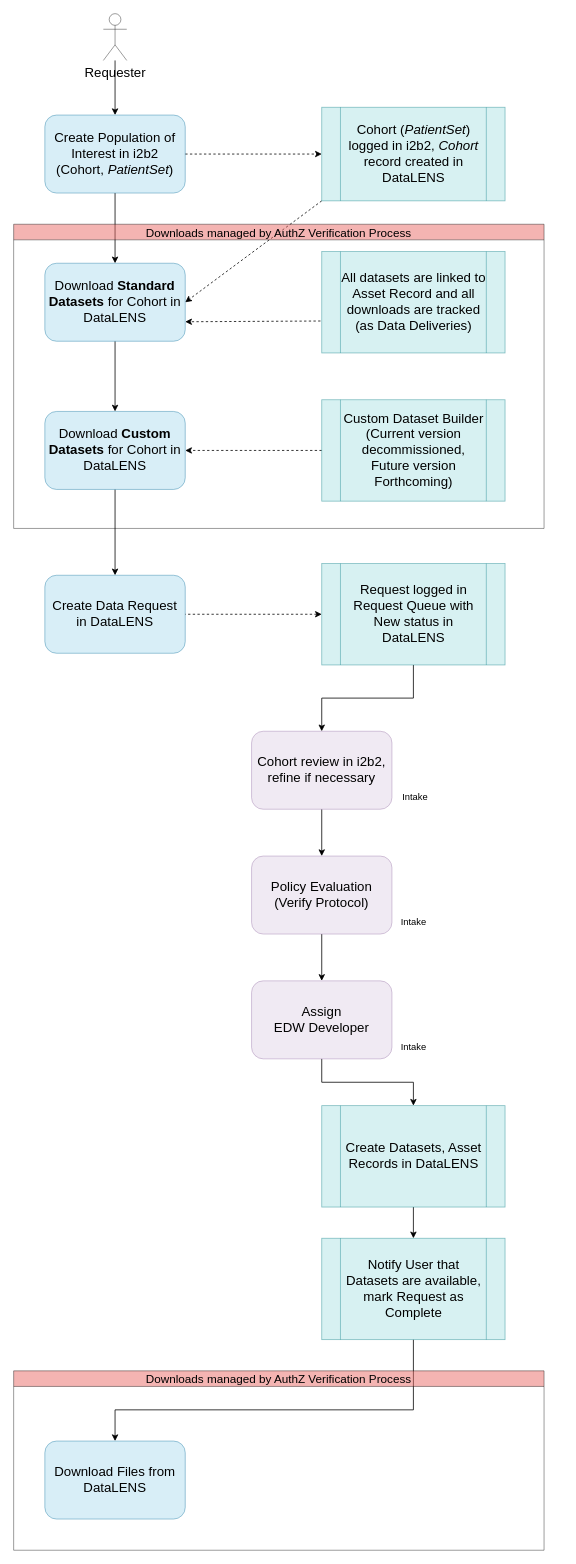
Before: page "Assisted Routine Workflow" (5 of 7) of Clinical Data Request.drawio in ntimkovich/UAB-II-Diagrams, a draw.io diagram. Source tidied: cells renumbered, new cells numbered last; positions are measured from the earlier drawing's top-left corner, leaving out a move shared by most shapes. Both pictures are drawn from the tidied source at 78%, with x=0, y=0 at pixel (13, 13).
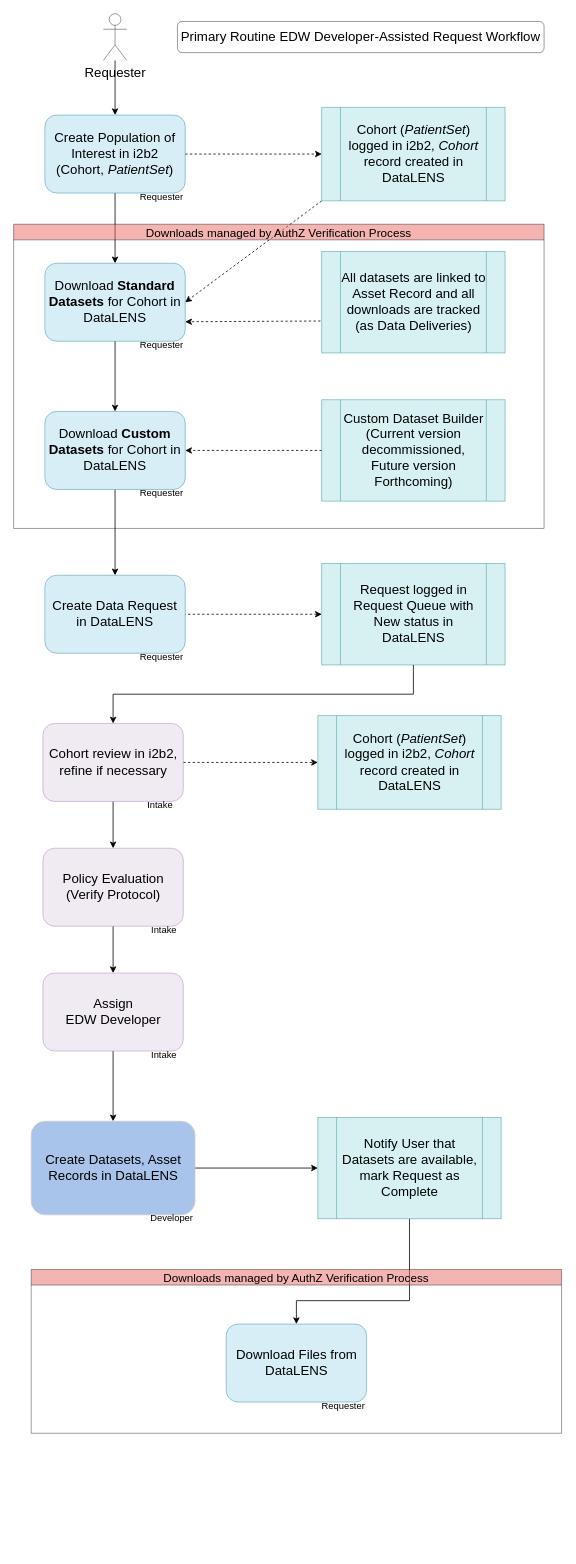
The same page after the edit.

The change refers to these unchanged cells:
```xml
<mxCell id="17" value="Downloads managed by AuthZ Verification Process" style="swimlane;startSize=20;fillStyle=solid;fontSize=15;fontColor=#000000;strokeColor=default;fillColor=#EA6B66;opacity=50;fontStyle=0;" parent="1" vertex="1">
  <mxGeometry y="270" width="680" height="390" as="geometry" />
</mxCell>
```

Diff of the diagram source:
```diff
@@
+    <mxCell id="37" value="Requester" style="text;html=1;strokeColor=none;fillColor=none;align=center;verticalAlign=middle;whiteSpace=wrap;rounded=0;" parent="17" vertex="1">
+      <mxGeometry x="160" y="140" width="60" height="30" as="geometry" />
+    </mxCell>
+    <mxCell id="38" value="Requester" style="text;html=1;strokeColor=none;fillColor=none;align=center;verticalAlign=middle;whiteSpace=wrap;rounded=0;" parent="17" vertex="1">
+      <mxGeometry x="160" y="330" width="60" height="30" as="geometry" />
+    </mxCell>
@@
+    <mxCell id="39" style="edgeStyle=orthogonalEdgeStyle;rounded=0;fillStyle=solid;jettySize=auto;html=1;exitX=1;exitY=0.5;exitDx=0;exitDy=0;entryX=0;entryY=0.5;entryDx=0;entryDy=0;fontSize=11;startArrow=none;startFill=0;endArrow=classic;endFill=1;strokeColor=default;fillColor=#CCCCCC;dashed=1;" parent="1" edge="1" source="23" target="45">
+      <mxGeometry relative="1" as="geometry" />
+    </mxCell>
     <mxCell id="23" value="Cohort review in i2b2, refine if necessary" style="rounded=1;whiteSpace=wrap;html=1;fillStyle=solid;fontSize=17;strokeColor=#9673a6;fillColor=#e1d5e7;opacity=50;" parent="1" vertex="1">
-      <mxGeometry x="305" y="920" width="180" height="100" as="geometry" />
+      <mxGeometry x="37.5" y="910" width="180" height="100" as="geometry" />
     </mxCell>
@@
     <mxCell id="25" value="Policy Evaluation&lt;br&gt;(Verify Protocol)" style="rounded=1;whiteSpace=wrap;html=1;fillStyle=solid;fontSize=17;strokeColor=#9673a6;fillColor=#e1d5e7;opacity=50;" parent="1" vertex="1">
-      <mxGeometry x="305" y="1080" width="180" height="100" as="geometry" />
+      <mxGeometry x="37.5" y="1070" width="180" height="100" as="geometry" />
     </mxCell>
@@
     <mxCell id="27" value="Assign &lt;br&gt;EDW Developer" style="rounded=1;whiteSpace=wrap;html=1;fillStyle=solid;fontSize=17;strokeColor=#9673a6;fillColor=#e1d5e7;opacity=50;" parent="1" vertex="1">
-      <mxGeometry x="305" y="1240" width="180" height="100" as="geometry" />
+      <mxGeometry x="37.5" y="1230" width="180" height="100" as="geometry" />
     </mxCell>
@@
-    <mxCell id="29" value="Create Datasets, Asset Records in DataLENS" style="shape=process;whiteSpace=wrap;html=1;backgroundOutline=1;fillStyle=solid;fontSize=17;strokeColor=#0e8088;fillColor=#b0e3e6;opacity=50;" parent="1" vertex="1">
-      <mxGeometry x="395" y="1400" width="235" height="130" as="geometry" />
-    </mxCell>
-    <mxCell id="30" style="edgeStyle=orthogonalEdgeStyle;rounded=0;jettySize=auto;html=1;exitX=0.5;exitY=1;exitDx=0;exitDy=0;entryX=0.5;entryY=0;entryDx=0;entryDy=0;startArrow=none;startFill=0;endArrow=classic;endFill=1;" parent="1" edge="1" source="31" target="33">
+    <mxCell id="30" style="edgeStyle=orthogonalEdgeStyle;rounded=0;fillStyle=solid;jettySize=auto;html=1;exitX=0.5;exitY=1;exitDx=0;exitDy=0;entryX=0.5;entryY=0;entryDx=0;entryDy=0;fontSize=11;startArrow=none;startFill=0;endArrow=classic;endFill=1;strokeColor=default;fillColor=#CCCCCC;" parent="1" edge="1" source="31" target="33">
       <mxGeometry relative="1" as="geometry">
         <Array as="points">
-          <mxPoint x="513" y="1790" />
-          <mxPoint x="130" y="1790" />
+          <mxPoint x="508" y="1650" />
+          <mxPoint x="363" y="1650" />
         </Array>
       </mxGeometry>
     </mxCell>
     <mxCell id="31" value="Notify User that Datasets are available, mark Request as Complete" style="shape=process;whiteSpace=wrap;html=1;backgroundOutline=1;fillStyle=solid;fontSize=17;strokeColor=#0e8088;fillColor=#b0e3e6;opacity=50;" parent="1" vertex="1">
-      <mxGeometry x="395" y="1570" width="235" height="130" as="geometry" />
+      <mxGeometry x="390" y="1415" width="235" height="130" as="geometry" />
     </mxCell>
     <mxCell id="32" value="Downloads managed by AuthZ Verification Process" style="swimlane;startSize=20;fillStyle=solid;fontSize=15;fontColor=#000000;strokeColor=default;fillColor=#EA6B66;opacity=50;fontStyle=0;" parent="1" vertex="1">
-      <mxGeometry y="1740" width="680" height="230" as="geometry" />
+      <mxGeometry x="22.5" y="1610" width="680" height="210" as="geometry" />
     </mxCell>
     <mxCell id="33" value="Download Files from DataLENS" style="rounded=1;whiteSpace=wrap;html=1;fillStyle=solid;fontSize=17;strokeColor=#10739e;fillColor=#b1ddf0;opacity=50;" parent="32" vertex="1">
-      <mxGeometry x="40" y="90" width="180" height="100" as="geometry" />
+      <mxGeometry x="250" y="70" width="180" height="100" as="geometry" />
     </mxCell>
+    <mxCell id="40" value="Requester" style="text;html=1;strokeColor=none;fillColor=none;align=center;verticalAlign=middle;whiteSpace=wrap;rounded=0;" parent="32" vertex="1">
+      <mxGeometry x="370" y="160" width="60" height="30" as="geometry" />
+    </mxCell>
     <mxCell id="34" value="Intake" style="text;html=1;strokeColor=none;fillColor=none;align=center;verticalAlign=middle;whiteSpace=wrap;rounded=0;" parent="1" vertex="1">
-      <mxGeometry x="485" y="990" width="60" height="30" as="geometry" />
+      <mxGeometry x="157.5" y="1000" width="60" height="30" as="geometry" />
     </mxCell>
     <mxCell id="35" value="Intake" style="text;html=1;strokeColor=none;fillColor=none;align=center;verticalAlign=middle;whiteSpace=wrap;rounded=0;" parent="1" vertex="1">
-      <mxGeometry x="482.5" y="1150" width="60" height="30" as="geometry" />
+      <mxGeometry x="162.5" y="1160" width="60" height="30" as="geometry" />
     </mxCell>
     <mxCell id="36" value="Intake" style="text;html=1;strokeColor=none;fillColor=none;align=center;verticalAlign=middle;whiteSpace=wrap;rounded=0;" parent="1" vertex="1">
-      <mxGeometry x="482.5" y="1310" width="60" height="30" as="geometry" />
+      <mxGeometry x="162.5" y="1320" width="60" height="30" as="geometry" />
     </mxCell>
+    <mxCell id="41" value="Primary Routine EDW Developer-Assisted Request Workflow" style="text;html=1;align=center;verticalAlign=middle;whiteSpace=wrap;rounded=1;fontSize=17;opacity=50;strokeColor=default;fillColor=#FFFFFF;fillStyle=solid;" parent="1" vertex="1">
+      <mxGeometry x="210" y="10" width="470" height="40" as="geometry" />
+    </mxCell>
+    <mxCell id="29" value="&lt;span style=&quot;font-size: 17px;&quot;&gt;Create Datasets, Asset Records in DataLENS&lt;/span&gt;" style="rounded=1;whiteSpace=wrap;html=1;fontSize=11;strokeColor=#CCCCCC;fillColor=#A9C4EB;gradientColor=none;" parent="1" vertex="1">
+      <mxGeometry x="22.5" y="1420" width="210" height="120" as="geometry" />
+    </mxCell>
+    <mxCell id="42" value="Requester" style="text;html=1;strokeColor=none;fillColor=none;align=center;verticalAlign=middle;whiteSpace=wrap;rounded=0;" parent="1" vertex="1">
+      <mxGeometry x="160" y="220" width="60" height="30" as="geometry" />
+    </mxCell>
+    <mxCell id="43" value="Requester" style="text;html=1;strokeColor=none;fillColor=none;align=center;verticalAlign=middle;whiteSpace=wrap;rounded=0;" parent="1" vertex="1">
+      <mxGeometry x="160" y="810" width="60" height="30" as="geometry" />
+    </mxCell>
+    <mxCell id="44" value="Developer" style="text;html=1;strokeColor=none;fillColor=none;align=center;verticalAlign=middle;whiteSpace=wrap;rounded=0;" parent="1" vertex="1">
+      <mxGeometry x="172.5" y="1530" width="60" height="30" as="geometry" />
+    </mxCell>
+    <mxCell id="45" value="Cohort (&lt;i&gt;PatientSet&lt;/i&gt;) logged in i2b2, &lt;i&gt;Cohort&lt;/i&gt; record created in DataLENS" style="shape=process;whiteSpace=wrap;html=1;backgroundOutline=1;fillStyle=solid;fontSize=17;strokeColor=#0e8088;fillColor=#b0e3e6;opacity=50;" parent="1" vertex="1">
+      <mxGeometry x="390" y="900" width="235" height="120" as="geometry" />
+    </mxCell>
```
